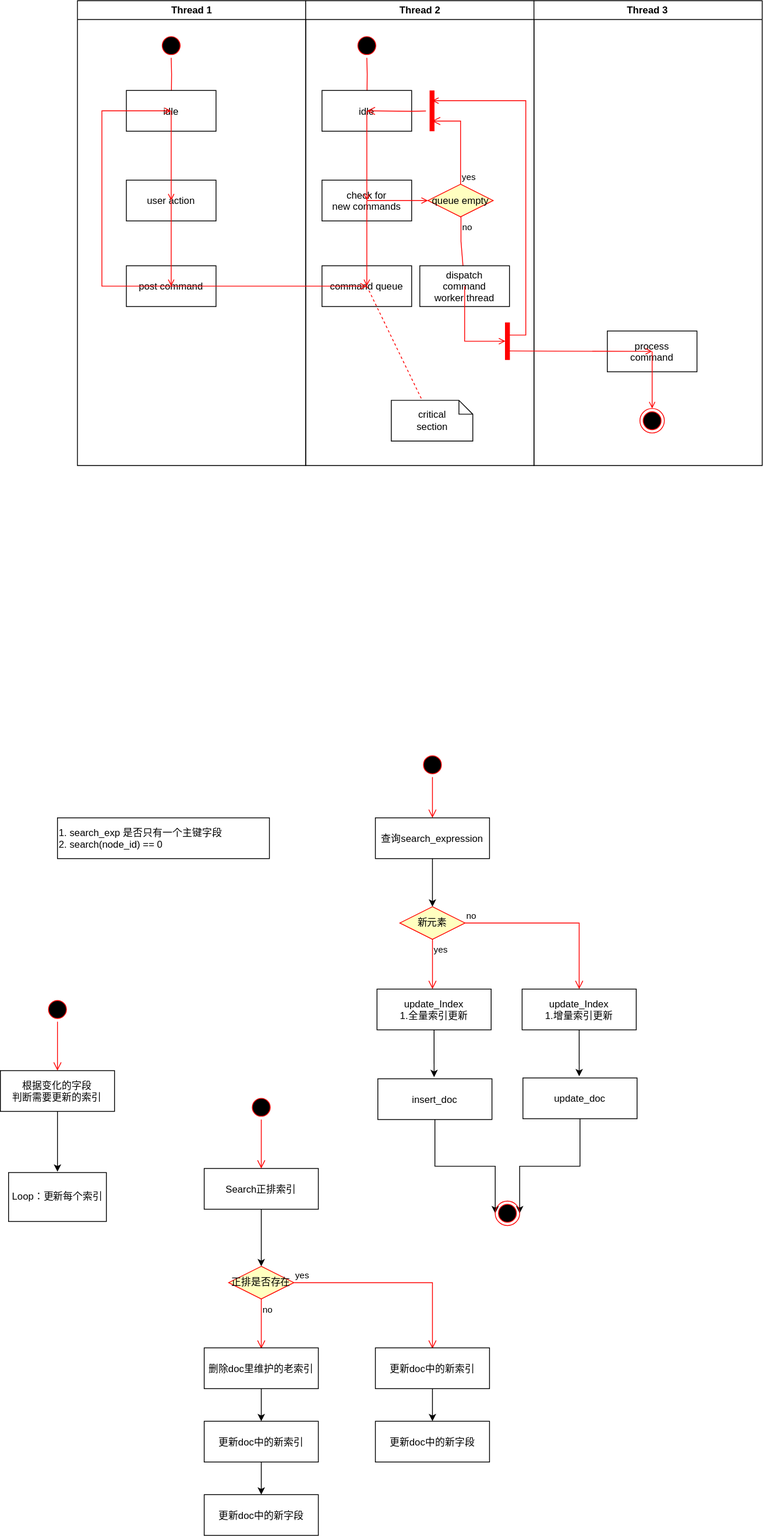
This is update接口流程图.drawio.svg from gaochenxi/drawio, a draw.io export, as it was before one commit. Source tidied: cells renumbered, new cells last; positions are measured from the earlier drawing's top-left corner, leaving out a move shared by most shapes.
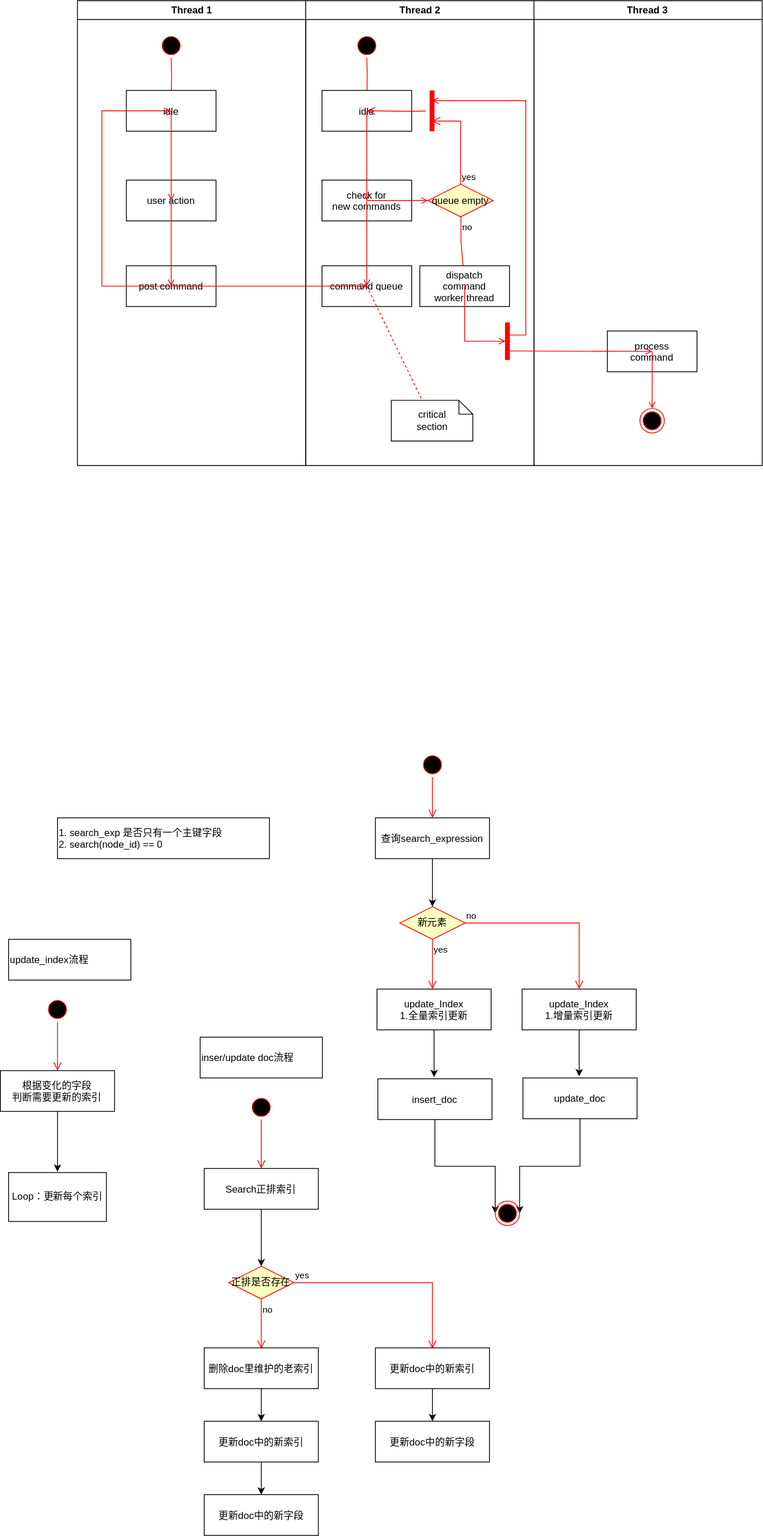
After the commit.

Commit message:
更新update接口流程图.drawio.svg

Diff of the diagram source:
```diff
@@ -247,5 +247,11 @@
     <mxCell id="73" value="1. search_exp 是否只有一个主键字段&#10;2. search(node_id) == 0" style="align=left;" parent="1" vertex="1">
       <mxGeometry x="70" y="1002" width="260" height="50" as="geometry" />
     </mxCell>
+    <mxCell id="74" value="update_index流程" style="align=left;" parent="1" vertex="1">
+      <mxGeometry x="10" y="1151" width="150" height="50" as="geometry" />
+    </mxCell>
+    <mxCell id="75" value="inser/update doc流程" style="align=left;" parent="1" vertex="1">
+      <mxGeometry x="245" y="1271" width="150" height="50" as="geometry" />
+    </mxCell>
   </root>
 </mxGraphModel>
```
